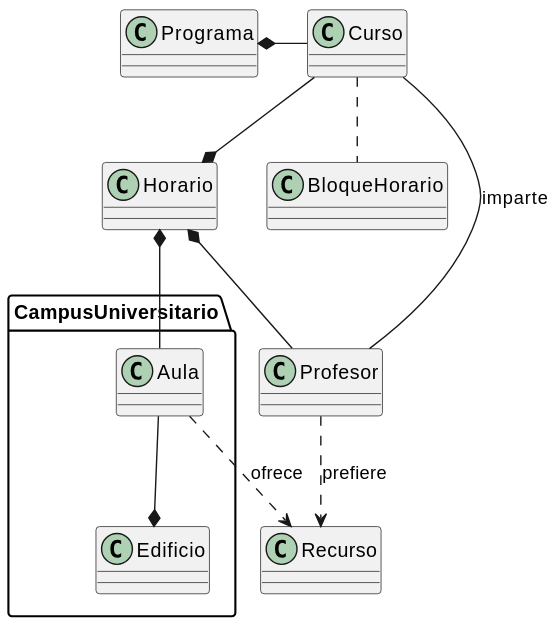
The PlantUML diagram images/RUP/00-casos-uso/00-modelo-del-dominio/modelo-dominio.svg in Hexcss/scheduler, before a commit.
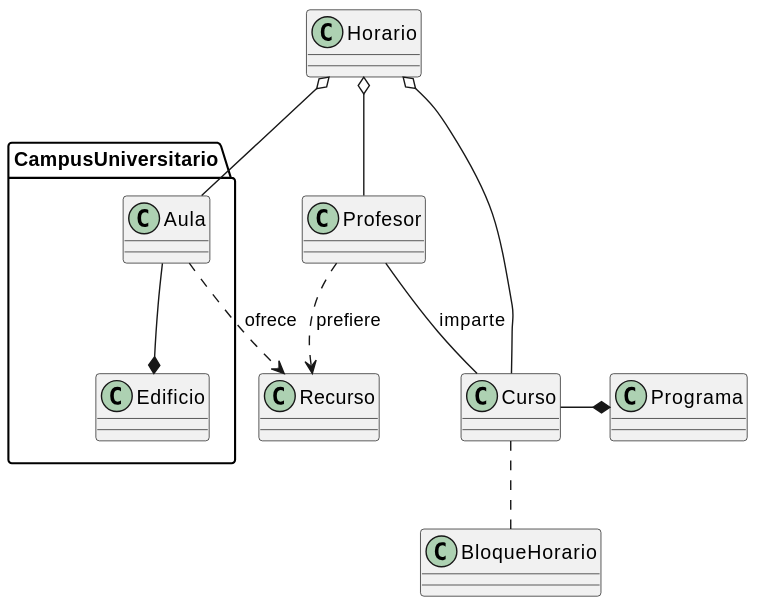
After the change.

Commit message:
refactor: mejora en el modelo del dominio

What changed in the source:
```diff
@@ -1,16 +1,15 @@
 @startuml
 Profesor -d- Curso : imparte
 
-Programa *-r- Curso
+Curso -r-* Programa
 
 package CampusUniversitario {
     Edificio *-u- Aula
 }
 
-
-Horario *-- Aula
-Horario *-u- Curso
-Horario *-- Profesor
+Horario o-- Aula
+Horario o-d- Curso
+Horario o-- Profesor
 
 Profesor ..> Recurso : prefiere
 Aula ..> Recurso : ofrece
```
